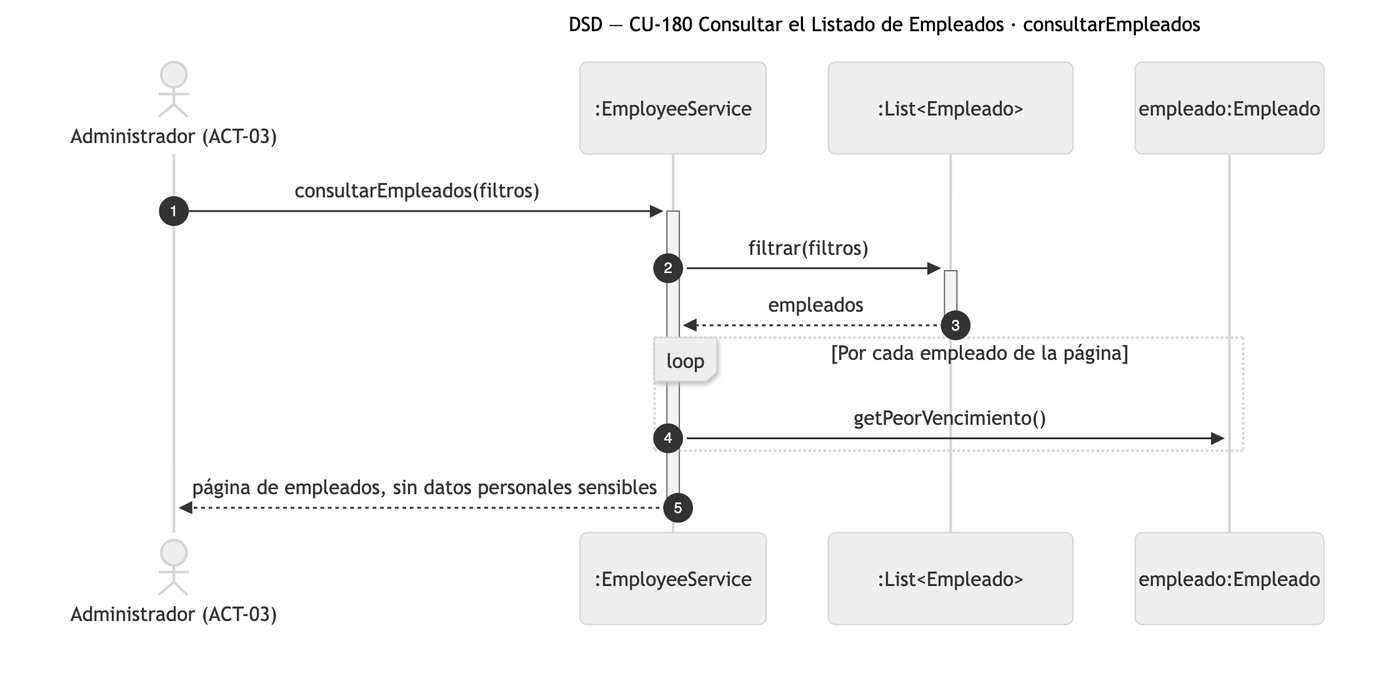
Earlier version of the Mermaid export diagramas/png/DSD_CU-180_consultarEmpleados.png (Nahuelito-Dev/splg-docs). Its source is kept beside it as diagramas/DSD_CU-180_consultarEmpleados.mmd. Its diagram source:
```mermaid
sequenceDiagram
    title DSD — CU-180 Consultar el Listado de Empleados · consultarEmpleados
    autonumber
    actor ADM as Administrador (ACT-03)
    participant SRV as :EmployeeService
    participant LST as :List#lt;Empleado#gt;
    participant EMP as empleado:Empleado

    ADM->>+SRV: consultarEmpleados(filtros)
    SRV->>+LST: filtrar(filtros)
    LST-->>-SRV: empleados
    loop Por cada empleado de la página
        SRV->>EMP: getPeorVencimiento()
    end
    SRV-->>-ADM: página de empleados, sin datos personales sensibles
```
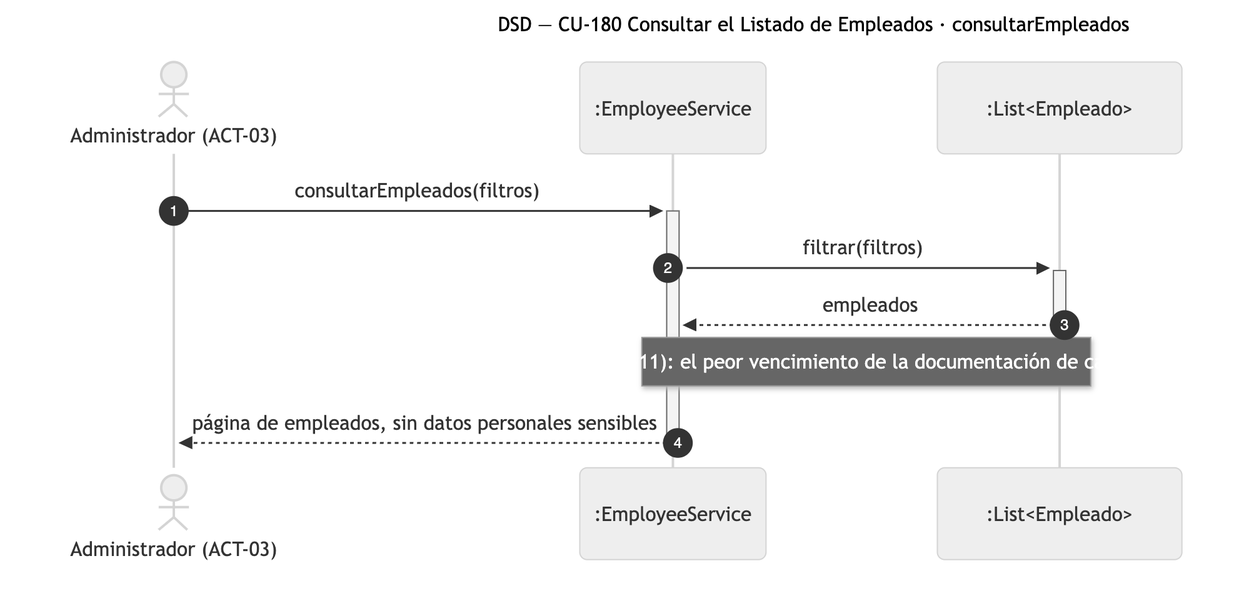
The same file after the commit.

What changed in the source:
```diff
@@ -4,12 +4,9 @@
     actor ADM as Administrador (ACT-03)
     participant SRV as :EmployeeService
     participant LST as :List#lt;Empleado#gt;
-    participant EMP as empleado:Empleado
 
     ADM->>+SRV: consultarEmpleados(filtros)
     SRV->>+LST: filtrar(filtros)
     LST-->>-SRV: empleados
-    loop Por cada empleado de la página
-        SRV->>EMP: getPeorVencimiento()
-    end
+    Note over SRV,LST: Planificado (I-11): el peor vencimiento de la documentación de cada empleado
     SRV-->>-ADM: página de empleados, sin datos personales sensibles
```
